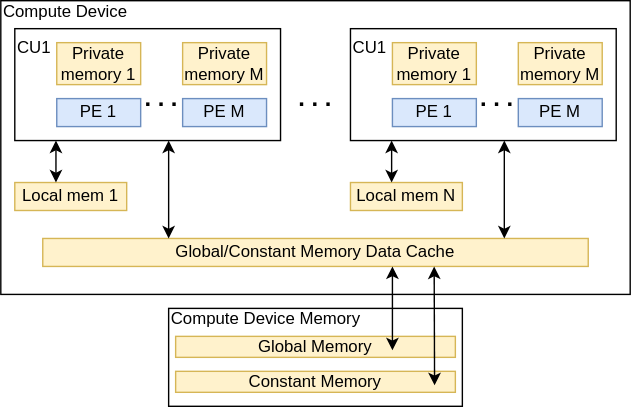
This is assets/svg/cpp/opencl/opencl_1_2_device_architecture_diagram.svg from SavaLione/savalione.com, a draw.io export, as it was before one commit. Source tidied: cells renumbered, new cells last; positions are measured from the earlier drawing's top-left corner, leaving out a move shared by most shapes.
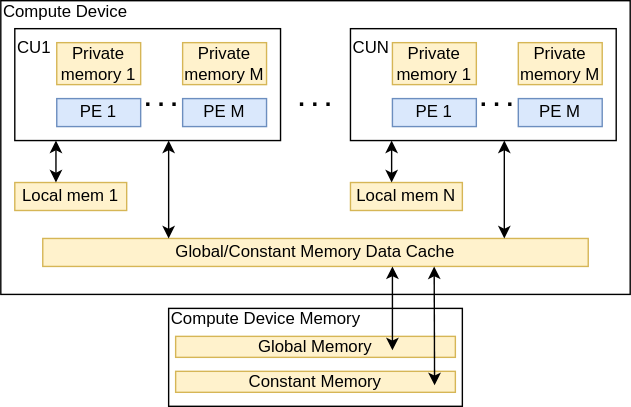
Later version of the same file.

Commit message:
OpenCL 1.2 Device Architecture Diagram fix

Diff of the diagram source:
```diff
@@ -23,7 +23,7 @@
     <mxCell id="8" value=". . ." style="text;html=1;strokeColor=none;fillColor=none;align=center;verticalAlign=middle;whiteSpace=wrap;rounded=0;fontStyle=1;fontSize=17;" parent="1" vertex="1">
       <mxGeometry x="100" y="70" width="30" as="geometry" />
     </mxCell>
-    <mxCell id="9" value="&lt;font style=&quot;font-size: 12px&quot;&gt;CU1&lt;/font&gt;" style="rounded=0;whiteSpace=wrap;html=1;fontSize=12;verticalAlign=top;align=left;" parent="1" vertex="1">
+    <mxCell id="9" value="&lt;font style=&quot;font-size: 12px&quot;&gt;CUN&lt;/font&gt;" style="rounded=0;whiteSpace=wrap;html=1;fontSize=12;verticalAlign=top;align=left;" parent="1" vertex="1">
       <mxGeometry x="250" y="20" width="190" height="80" as="geometry" />
     </mxCell>
     <mxCell id="10" value="Private&lt;br&gt;memory 1" style="rounded=0;whiteSpace=wrap;html=1;fillColor=#fff2cc;strokeColor=#d6b656;" parent="1" vertex="1">
```
